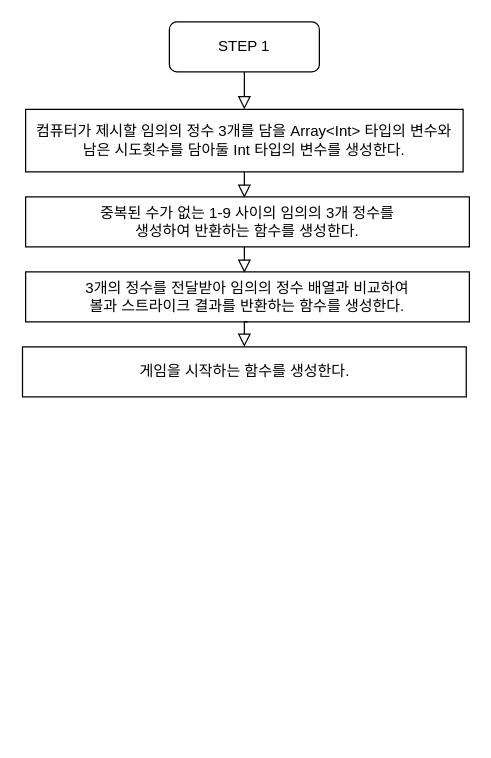
Before: flowchart.drawio in yagom-academy/ios-number-baseball, a draw.io diagram. Source tidied: cells renumbered, new cells numbered last; positions are measured from the earlier drawing's top-left corner, leaving out a move shared by most shapes. Both pictures are drawn from the tidied source at 125%, with x=0, y=0 at pixel (21, 21).
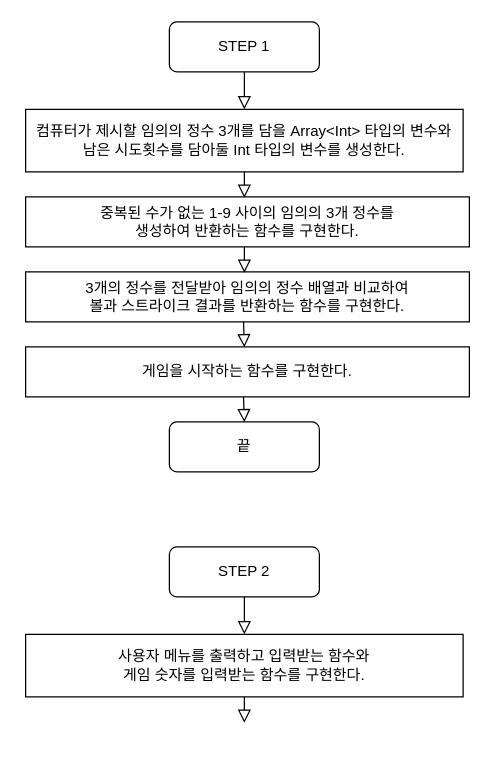
The same diagram, later.

Commit message:
docs: 순서도 STEP 2-1 추가

What changed in the source:
```diff
@@
-    <mxCell id="5" value="중복된 수가 없는 1-9 사이의 임의의 3개 정수를&lt;br&gt;생성하여&amp;nbsp;반환하는 함수를 생성한다." style="rounded=0;whiteSpace=wrap;html=1;" parent="1" vertex="1">
+    <mxCell id="5" value="중복된 수가 없는 1-9 사이의 임의의 3개 정수를&lt;br&gt;생성하여&amp;nbsp;반환하는 함수를 구현한다." style="rounded=0;whiteSpace=wrap;html=1;" parent="1" vertex="1">
       <mxGeometry x="3" y="140" width="355" height="40" as="geometry" />
     </mxCell>
@@
-    <mxCell id="7" value="3개의 정수를 전달받아 임의의 정수 배열과 비교하여&lt;br&gt;볼과 스트라이크 결과를 반환하는 함수를 생성한다." style="rounded=0;whiteSpace=wrap;html=1;" parent="1" vertex="1">
+    <mxCell id="7" value="3개의 정수를 전달받아 임의의 정수 배열과 비교하여&lt;br&gt;볼과 스트라이크 결과를 반환하는 함수를 구현한다." style="rounded=0;whiteSpace=wrap;html=1;" parent="1" vertex="1">
       <mxGeometry x="3" y="200" width="355" height="40" as="geometry" />
     </mxCell>
@@
-    <mxCell id="9" value="게임을 시작하는 함수를 생성한다." style="rounded=0;whiteSpace=wrap;html=1;" parent="1" vertex="1">
-      <mxGeometry x="0.5" y="260" width="355" height="40" as="geometry" />
+    <mxCell id="9" value="게임을 시작하는 함수를 구현한다." style="rounded=0;whiteSpace=wrap;html=1;" parent="1" vertex="1">
+      <mxGeometry x="3" y="260" width="355" height="40" as="geometry" />
     </mxCell>
-    <mxCell id="10" style="rounded=0;html=1;jettySize=auto;fontSize=11;endArrow=block;endFill=0;endSize=8;strokeWidth=1;shadow=0;labelBackgroundColor=none;edgeStyle=orthogonalEdgeStyle;entryX=0.5;entryY=0;entryDx=0;entryDy=0;exitX=0.5;exitY=1;exitDx=0;exitDy=0;" parent="1" edge="1" source="7" target="9">
-      <mxGeometry relative="1" as="geometry" />
+    <mxCell id="10" style="rounded=0;html=1;jettySize=auto;fontSize=11;endArrow=block;endFill=0;endSize=8;strokeWidth=1;shadow=0;labelBackgroundColor=none;edgeStyle=orthogonalEdgeStyle;entryX=0.493;entryY=0.009;entryDx=0;entryDy=0;exitX=0.491;exitY=1.003;exitDx=0;exitDy=0;exitPerimeter=0;entryPerimeter=0;" parent="1" edge="1" source="7" target="9">
+      <mxGeometry relative="1" as="geometry">
+        <Array as="points">
+          <mxPoint x="178" y="240" />
+        </Array>
+      </mxGeometry>
     </mxCell>
+    <mxCell id="11" style="rounded=0;html=1;jettySize=auto;orthogonalLoop=1;fontSize=11;endArrow=block;endFill=0;endSize=8;strokeWidth=1;shadow=0;labelBackgroundColor=none;edgeStyle=orthogonalEdgeStyle;entryX=0.493;entryY=0.009;entryDx=0;entryDy=0;exitX=0.491;exitY=1.003;exitDx=0;exitDy=0;exitPerimeter=0;entryPerimeter=0;" parent="1" edge="1">
+      <mxGeometry relative="1" as="geometry">
+        <mxPoint x="177.3" y="300" as="sourcePoint" />
+        <mxPoint x="178" y="320.2" as="targetPoint" />
+        <Array as="points">
+          <mxPoint x="178" y="299.9" />
+        </Array>
+      </mxGeometry>
+    </mxCell>
+    <mxCell id="12" value="끝" style="rounded=1;whiteSpace=wrap;html=1;fontSize=12;glass=0;strokeWidth=1;shadow=0;" parent="1" vertex="1">
+      <mxGeometry x="118" y="320" width="120" height="40" as="geometry" />
+    </mxCell>
+    <mxCell id="13" style="rounded=0;html=1;jettySize=auto;fontSize=11;endArrow=block;endFill=0;endSize=8;strokeWidth=1;shadow=0;labelBackgroundColor=none;edgeStyle=orthogonalEdgeStyle;entryX=0.5;entryY=0;entryDx=0;entryDy=0;" parent="1" edge="1" source="14">
+      <mxGeometry relative="1" as="geometry">
+        <mxPoint x="178" y="490" as="targetPoint" />
+        <Array as="points">
+          <mxPoint x="178" y="460" />
+          <mxPoint x="178" y="460" />
+        </Array>
+      </mxGeometry>
+    </mxCell>
+    <mxCell id="14" value="STEP 2" style="rounded=1;whiteSpace=wrap;html=1;fontSize=12;glass=0;strokeWidth=1;shadow=0;" parent="1" vertex="1">
+      <mxGeometry x="118" y="420" width="120" height="40" as="geometry" />
+    </mxCell>
+    <mxCell id="15" value="사용자 메뉴를 출력하고 입력받는 함수와&lt;br&gt;게임 숫자를 입력받는 함수를 구현한다." style="rounded=0;whiteSpace=wrap;html=1;" parent="1" vertex="1">
+      <mxGeometry x="3" y="490" width="350" height="50" as="geometry" />
+    </mxCell>
+    <mxCell id="16" style="rounded=0;html=1;jettySize=auto;fontSize=11;endArrow=block;endFill=0;endSize=8;strokeWidth=1;shadow=0;labelBackgroundColor=none;edgeStyle=orthogonalEdgeStyle;entryX=0.493;entryY=0.019;entryDx=0;entryDy=0;exitX=0.5;exitY=1;exitDx=0;exitDy=0;entryPerimeter=0;" parent="1" edge="1" source="15">
+      <mxGeometry relative="1" as="geometry">
+        <mxPoint x="178" y="560.8" as="targetPoint" />
+      </mxGeometry>
+    </mxCell>
```
